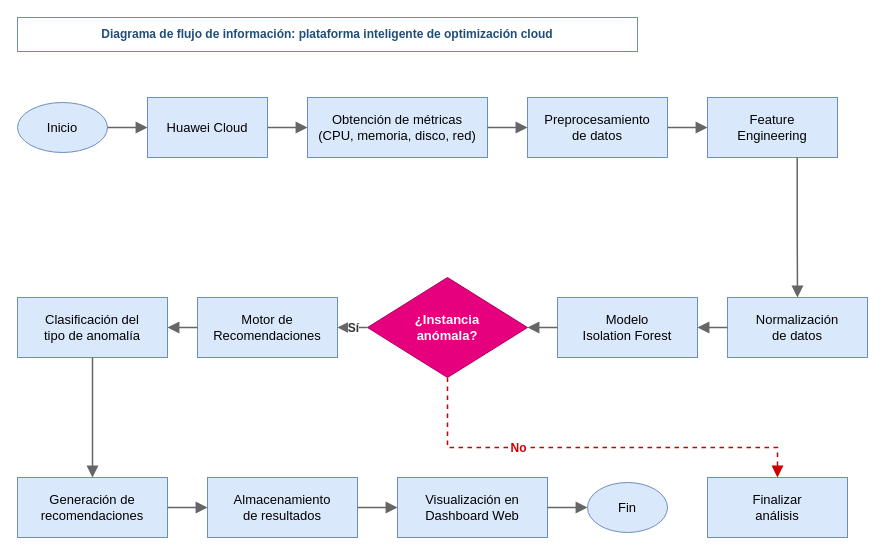
Above: UADE_PFI_Template-develop/Diagramas/Diagrama-de-Flujo-Informacion-Plataforma-Cloud.drawio in IgnacioRodriguezCos/infraeye-web (draw.io), before the change. Source tidied: cells renumbered, new cells numbered last; positions are measured from the earlier drawing's top-left corner, leaving out a move shared by most shapes. Both pictures are drawn from the tidied source at 100%, with x=0, y=0 at pixel (17, 17).
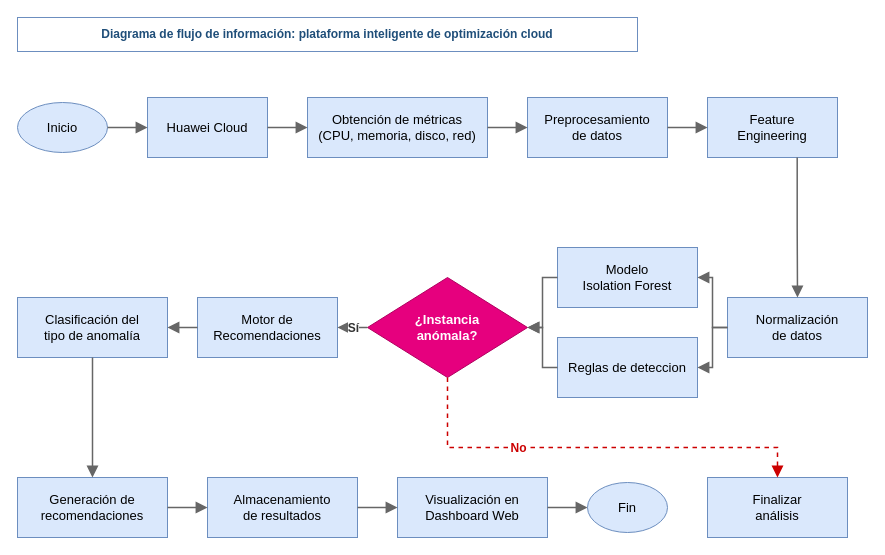
The same diagram, later.

Commit message (it also covers changes not shown here):
Diagramas: flujo hibrido redibujado, textos corregidos y CU09 generado

Unchanged cells that the change refers to:
```xml
<mxCell id="8" value="Normalización&#10;de datos" style="rounded=0;whiteSpace=wrap;html=1;fillColor=#DAE8FC;strokeColor=#6C8EBF;fontSize=13;" parent="1" vertex="1">
  <mxGeometry x="710" y="280" width="140" height="60" as="geometry" />
</mxCell>
<mxCell id="10" value="¿Instancia&#10;anómala?" style="rhombus;whiteSpace=wrap;html=1;fillColor=#E6007E;strokeColor=#B0005F;fontColor=#FFFFFF;fontStyle=1;fontSize=13;" parent="1" vertex="1">
  <mxGeometry x="350" y="260" width="160" height="100" as="geometry" />
</mxCell>
```

What changed in the source:
```diff
@@
     <mxCell id="9" value="Modelo&#10;Isolation Forest" style="rounded=0;whiteSpace=wrap;html=1;fillColor=#DAE8FC;strokeColor=#6C8EBF;fontSize=13;" parent="1" vertex="1">
-      <mxGeometry x="540" y="280" width="140" height="60" as="geometry" />
+      <mxGeometry x="540" y="230" width="140" height="60" as="geometry" />
     </mxCell>
@@
+    <mxCell id="34" value="Reglas de deteccion" style="rounded=0;whiteSpace=wrap;html=1;fillColor=#DAE8FC;strokeColor=#6C8EBF;fontSize=13;" parent="1" vertex="1">
+      <mxGeometry x="540" y="320" width="140" height="60" as="geometry" />
+    </mxCell>
+    <mxCell id="35" style="edgeStyle=orthogonalEdgeStyle;rounded=0;html=1;strokeColor=#666666;strokeWidth=1.5;endArrow=block;endFill=1;endSize=8;exitX=0;exitY=0.5;exitDx=0;exitDy=0;entryX=1;entryY=0.5;entryDx=0;entryDy=0;" parent="1" edge="1" source="8" target="34">
+      <mxGeometry relative="1" as="geometry" />
+    </mxCell>
+    <mxCell id="36" style="edgeStyle=orthogonalEdgeStyle;rounded=0;html=1;strokeColor=#666666;strokeWidth=1.5;endArrow=block;endFill=1;endSize=8;exitX=0;exitY=0.5;exitDx=0;exitDy=0;entryX=1;entryY=0.5;entryDx=0;entryDy=0;" parent="1" edge="1" source="34" target="10">
+      <mxGeometry relative="1" as="geometry" />
+    </mxCell>
```
